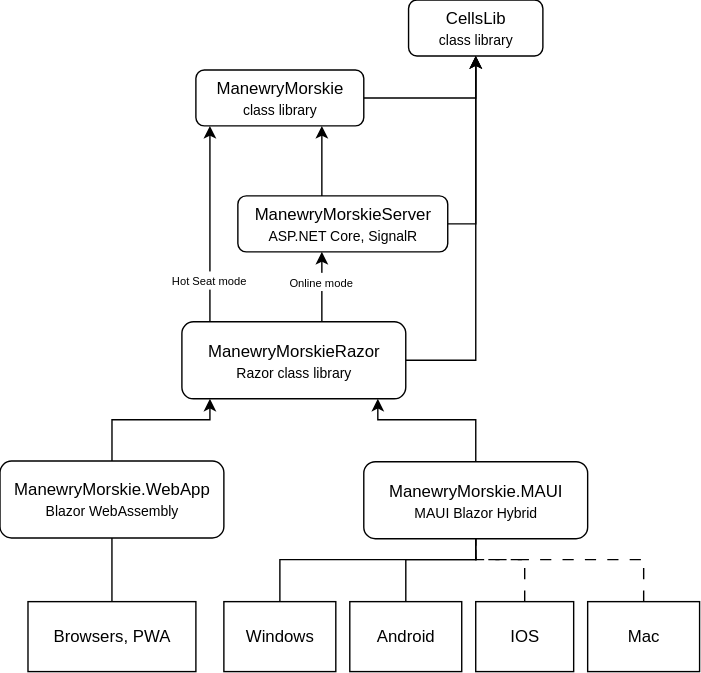
Mik1mak/Manewry-Morskie keeps this draw.io diagram as demo/architecture.svg. Above is the earlier version. Source tidied: cells renumbered, new cells last; positions are measured from the earlier drawing's top-left corner, leaving out a move shared by most shapes. The source it was exported from:
```xml
<mxGraphModel>
  <root>
    <mxCell id="0" />
    <mxCell id="1" parent="0" />
    <mxCell id="2" style="edgeStyle=orthogonalEdgeStyle;rounded=0;jettySize=auto;html=1;endArrow=classic;endFill=1;strokeColor=default;align=center;verticalAlign=middle;fontFamily=Helvetica;fontSize=11;fontColor=default;labelBackgroundColor=default;startArrow=none;startFill=0;" parent="1" edge="1" source="11" target="6">
      <mxGeometry relative="1" as="geometry">
        <Array as="points">
          <mxPoint x="150" y="200" />
          <mxPoint x="150" y="200" />
        </Array>
      </mxGeometry>
    </mxCell>
    <mxCell id="3" value="&lt;font style=&quot;font-size: 8px;&quot;&gt;Hot Seat mode&lt;/font&gt;" style="edgeLabel;html=1;align=center;verticalAlign=middle;rounded=0;strokeColor=default;fontFamily=Helvetica;fontSize=11;fontColor=default;labelBackgroundColor=default;" parent="2" vertex="1">
      <mxGeometry x="-0.15" y="1" relative="1" as="geometry">
        <mxPoint y="29" as="offset" />
      </mxGeometry>
    </mxCell>
    <mxCell id="4" style="edgeStyle=orthogonalEdgeStyle;rounded=0;jettySize=auto;html=1;strokeColor=default;align=center;verticalAlign=middle;fontFamily=Helvetica;fontSize=11;fontColor=default;labelBackgroundColor=default;endArrow=none;endFill=0;startArrow=classic;startFill=1;" parent="1" edge="1" source="6" target="27">
      <mxGeometry relative="1" as="geometry">
        <Array as="points">
          <mxPoint x="230" y="130" />
          <mxPoint x="230" y="130" />
        </Array>
      </mxGeometry>
    </mxCell>
    <mxCell id="5" style="edgeStyle=orthogonalEdgeStyle;rounded=0;jettySize=auto;html=1;" parent="1" edge="1" source="6" target="7">
      <mxGeometry relative="1" as="geometry" />
    </mxCell>
    <mxCell id="6" value="ManewryMorskie&lt;div&gt;&lt;font style=&quot;font-size: 10px;&quot;&gt;class library&lt;/font&gt;&lt;/div&gt;" style="rounded=1;whiteSpace=wrap;html=1;" parent="1" vertex="1">
      <mxGeometry x="140" y="50" width="120" height="40" as="geometry" />
    </mxCell>
    <mxCell id="7" value="CellsLib&lt;div&gt;&lt;font style=&quot;font-size: 10px;&quot;&gt;class library&lt;/font&gt;&lt;/div&gt;" style="rounded=1;whiteSpace=wrap;html=1;" parent="1" vertex="1">
      <mxGeometry x="292" width="96" height="40" as="geometry" />
    </mxCell>
    <mxCell id="8" style="edgeStyle=orthogonalEdgeStyle;rounded=0;jettySize=auto;html=1;align=center;verticalAlign=middle;fontFamily=Helvetica;fontSize=11;fontColor=default;labelBackgroundColor=default;endArrow=none;endFill=0;startArrow=classic;startFill=1;" parent="1" edge="1" source="11" target="12">
      <mxGeometry relative="1" as="geometry">
        <Array as="points">
          <mxPoint x="150" y="300" />
          <mxPoint x="80" y="300" />
        </Array>
      </mxGeometry>
    </mxCell>
    <mxCell id="9" style="edgeStyle=orthogonalEdgeStyle;rounded=0;jettySize=auto;html=1;align=center;verticalAlign=middle;fontFamily=Helvetica;fontSize=11;fontColor=default;labelBackgroundColor=default;endArrow=none;endFill=0;strokeColor=default;startArrow=classic;startFill=1;" parent="1" edge="1" source="11" target="13">
      <mxGeometry relative="1" as="geometry">
        <Array as="points">
          <mxPoint x="270" y="300" />
          <mxPoint x="340" y="300" />
        </Array>
      </mxGeometry>
    </mxCell>
    <mxCell id="10" style="edgeStyle=orthogonalEdgeStyle;rounded=0;jettySize=auto;html=1;" parent="1" edge="1" source="11" target="7">
      <mxGeometry relative="1" as="geometry" />
    </mxCell>
    <mxCell id="11" value="ManewryMorskieRazor&lt;div&gt;&lt;font style=&quot;font-size: 10px;&quot;&gt;Razor class library&lt;/font&gt;&lt;/div&gt;" style="rounded=1;whiteSpace=wrap;html=1;align=center;verticalAlign=middle;fontFamily=Helvetica;fontSize=12;" parent="1" vertex="1">
      <mxGeometry x="130" y="230" width="160" height="55" as="geometry" />
    </mxCell>
    <mxCell id="12" value="ManewryMorskie.WebApp&lt;div&gt;&lt;font style=&quot;font-size: 10px;&quot;&gt;Blazor WebAssembly&lt;/font&gt;&lt;/div&gt;" style="rounded=1;whiteSpace=wrap;html=1;" parent="1" vertex="1">
      <mxGeometry y="329.5" width="160" height="55" as="geometry" />
    </mxCell>
    <mxCell id="13" value="ManewryMorskie.MAUI&lt;div&gt;&lt;font style=&quot;font-size: 10px;&quot;&gt;MAUI Blazor Hybrid&lt;/font&gt;&lt;/div&gt;" style="rounded=1;whiteSpace=wrap;html=1;" parent="1" vertex="1">
      <mxGeometry x="260" y="330" width="160" height="55" as="geometry" />
    </mxCell>
    <mxCell id="14" style="edgeStyle=orthogonalEdgeStyle;rounded=0;jettySize=auto;html=1;endArrow=none;endFill=0;" parent="1" edge="1" source="15" target="12">
      <mxGeometry relative="1" as="geometry" />
    </mxCell>
    <mxCell id="15" value="Browsers, PWA" style="rounded=0;whiteSpace=wrap;html=1;" parent="1" vertex="1">
      <mxGeometry x="20" y="430" width="120" height="50" as="geometry" />
    </mxCell>
    <mxCell id="16" style="edgeStyle=orthogonalEdgeStyle;rounded=0;jettySize=auto;html=1;align=center;verticalAlign=middle;fontFamily=Helvetica;fontSize=11;fontColor=default;labelBackgroundColor=default;endArrow=none;endFill=0;" parent="1" edge="1" source="17" target="13">
      <mxGeometry relative="1" as="geometry">
        <Array as="points">
          <mxPoint x="200" y="400" />
          <mxPoint x="340" y="400" />
        </Array>
      </mxGeometry>
    </mxCell>
    <mxCell id="17" value="Windows" style="rounded=0;whiteSpace=wrap;html=1;" parent="1" vertex="1">
      <mxGeometry x="160" y="430" width="80" height="50" as="geometry" />
    </mxCell>
    <mxCell id="18" style="edgeStyle=orthogonalEdgeStyle;rounded=0;jettySize=auto;html=1;endArrow=none;endFill=0;" parent="1" edge="1" source="19" target="13">
      <mxGeometry relative="1" as="geometry">
        <Array as="points">
          <mxPoint x="290" y="400" />
          <mxPoint x="340" y="400" />
        </Array>
      </mxGeometry>
    </mxCell>
    <mxCell id="19" value="Android" style="rounded=0;whiteSpace=wrap;html=1;" parent="1" vertex="1">
      <mxGeometry x="250" y="430" width="80" height="50" as="geometry" />
    </mxCell>
    <mxCell id="20" style="edgeStyle=orthogonalEdgeStyle;rounded=0;jettySize=auto;html=1;dashed=1;dashPattern=8 8;endArrow=none;endFill=0;" parent="1" edge="1" source="21" target="13">
      <mxGeometry relative="1" as="geometry">
        <Array as="points">
          <mxPoint x="375" y="400" />
          <mxPoint x="340" y="400" />
        </Array>
      </mxGeometry>
    </mxCell>
    <mxCell id="21" value="IOS" style="rounded=0;whiteSpace=wrap;html=1;" parent="1" vertex="1">
      <mxGeometry x="340" y="430" width="70" height="50" as="geometry" />
    </mxCell>
    <mxCell id="22" style="edgeStyle=orthogonalEdgeStyle;rounded=0;jettySize=auto;html=1;dashed=1;dashPattern=8 8;endArrow=none;endFill=0;" parent="1" edge="1" source="23" target="13">
      <mxGeometry relative="1" as="geometry">
        <Array as="points">
          <mxPoint x="460" y="400" />
          <mxPoint x="340" y="400" />
        </Array>
      </mxGeometry>
    </mxCell>
    <mxCell id="23" value="Mac" style="rounded=0;whiteSpace=wrap;html=1;" parent="1" vertex="1">
      <mxGeometry x="420" y="430" width="80" height="50" as="geometry" />
    </mxCell>
    <mxCell id="24" style="edgeStyle=orthogonalEdgeStyle;rounded=0;jettySize=auto;html=1;strokeColor=default;align=center;verticalAlign=middle;fontFamily=Helvetica;fontSize=11;fontColor=default;labelBackgroundColor=default;endArrow=none;endFill=0;startArrow=classic;startFill=1;" parent="1" edge="1" source="27" target="11">
      <mxGeometry relative="1" as="geometry">
        <Array as="points">
          <mxPoint x="230" y="220" />
          <mxPoint x="230" y="220" />
        </Array>
      </mxGeometry>
    </mxCell>
    <mxCell id="25" value="&lt;font style=&quot;font-size: 8px;&quot;&gt;Online mode&lt;/font&gt;" style="edgeLabel;html=1;align=center;verticalAlign=middle;" parent="24" vertex="1">
      <mxGeometry x="-0.06" y="-1" relative="1" as="geometry">
        <mxPoint y="-3" as="offset" />
      </mxGeometry>
    </mxCell>
    <mxCell id="26" style="edgeStyle=orthogonalEdgeStyle;rounded=0;jettySize=auto;html=1;" parent="1" edge="1" source="27" target="7">
      <mxGeometry relative="1" as="geometry">
        <Array as="points">
          <mxPoint x="340" y="160" />
        </Array>
      </mxGeometry>
    </mxCell>
    <mxCell id="27" value="ManewryMorskieServer&lt;div&gt;&lt;font style=&quot;font-size: 10px;&quot;&gt;ASP.NET Core, SignalR&lt;/font&gt;&lt;/div&gt;" style="rounded=1;whiteSpace=wrap;html=1;" parent="1" vertex="1">
      <mxGeometry x="170" y="140" width="150" height="40" as="geometry" />
    </mxCell>
  </root>
</mxGraphModel>
```
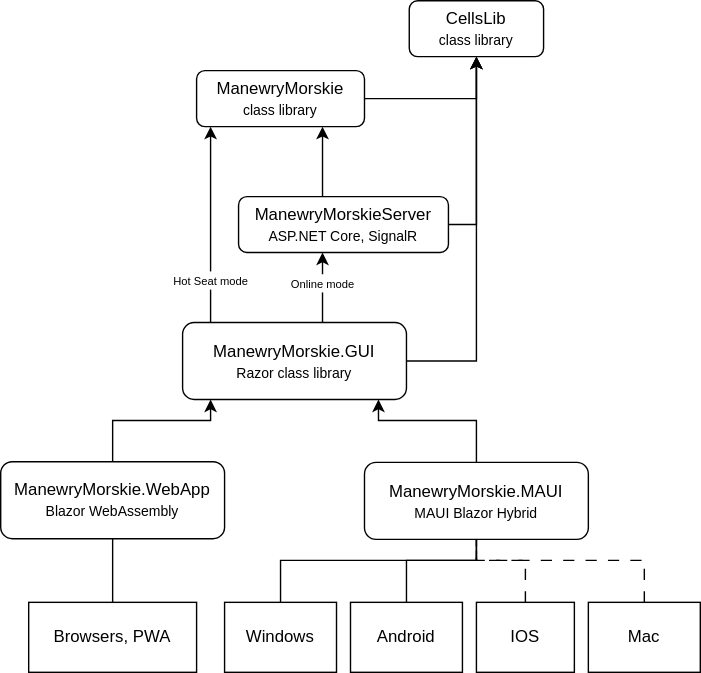
After the commit.

What changed in the source:
```diff
@@ -51,7 +51,7 @@
     <mxCell id="10" style="edgeStyle=orthogonalEdgeStyle;rounded=0;jettySize=auto;html=1;" parent="1" edge="1" source="11" target="7">
       <mxGeometry relative="1" as="geometry" />
     </mxCell>
-    <mxCell id="11" value="ManewryMorskieRazor&lt;div&gt;&lt;font style=&quot;font-size: 10px;&quot;&gt;Razor class library&lt;/font&gt;&lt;/div&gt;" style="rounded=1;whiteSpace=wrap;html=1;align=center;verticalAlign=middle;fontFamily=Helvetica;fontSize=12;" parent="1" vertex="1">
+    <mxCell id="11" value="ManewryMorskie.GUI&lt;div&gt;&lt;font style=&quot;font-size: 10px;&quot;&gt;Razor class library&lt;/font&gt;&lt;/div&gt;" style="rounded=1;whiteSpace=wrap;html=1;align=center;verticalAlign=middle;fontFamily=Helvetica;fontSize=12;" parent="1" vertex="1">
       <mxGeometry x="130" y="230" width="160" height="55" as="geometry" />
     </mxCell>
     <mxCell id="12" value="ManewryMorskie.WebApp&lt;div&gt;&lt;font style=&quot;font-size: 10px;&quot;&gt;Blazor WebAssembly&lt;/font&gt;&lt;/div&gt;" style="rounded=1;whiteSpace=wrap;html=1;" parent="1" vertex="1">
```
